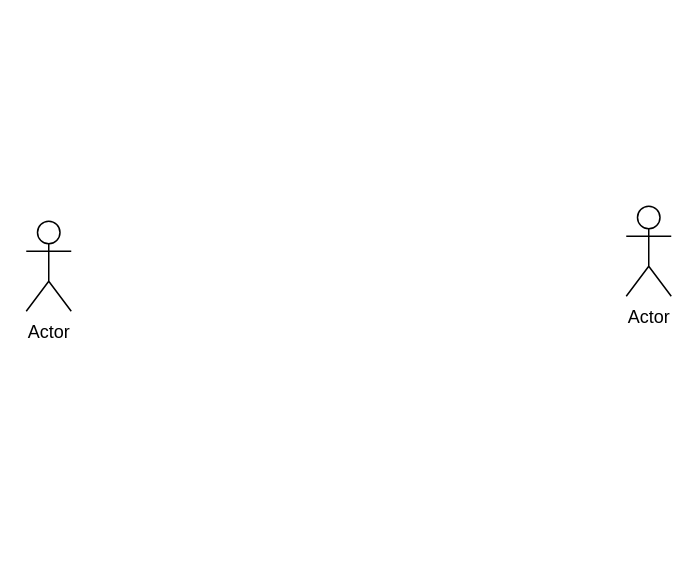
Above: licences/CasosUsoAC.drawio in Armando2423/A-autors (draw.io), before the change. Source tidied: cells renumbered, new cells numbered last; positions are measured from the earlier drawing's top-left corner, leaving out a move shared by most shapes. Both pictures are drawn from the tidied source at 150%, with x=0, y=0 at pixel (26, 206).
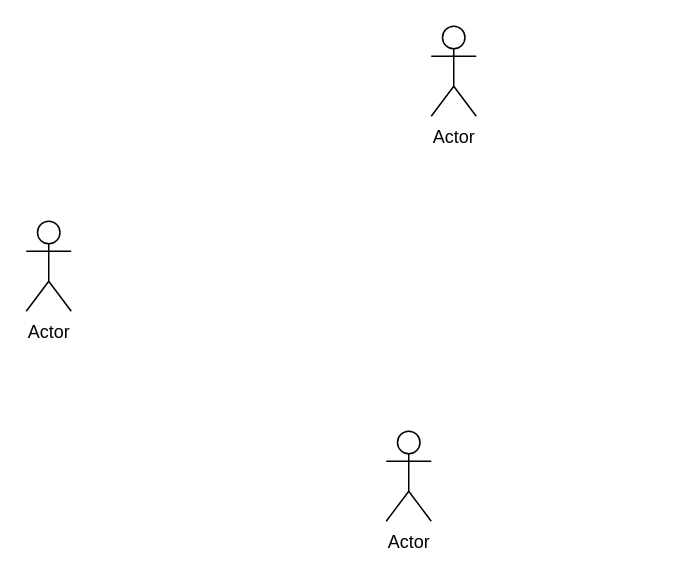
The same diagram, later.

What changed in the source:
```diff
@@
 <mxGraphModel>
   <root>
     <mxCell id="0" />
     <mxCell id="1" parent="0" />
     <mxCell id="2" value="Actor" style="shape=umlActor;verticalLabelPosition=bottom;verticalAlign=top;html=1;" parent="1" vertex="1">
-      <mxGeometry x="400" width="30" height="60" as="geometry" />
+      <mxGeometry x="270" y="-120" width="30" height="60" as="geometry" />
     </mxCell>
     <mxCell id="3" value="Actor" style="shape=umlActor;verticalLabelPosition=bottom;verticalAlign=top;html=1;" parent="1" vertex="1">
       <mxGeometry y="10" width="30" height="60" as="geometry" />
     </mxCell>
+    <mxCell id="4" value="Actor" style="shape=umlActor;verticalLabelPosition=bottom;verticalAlign=top;html=1;" parent="1" vertex="1">
+      <mxGeometry x="240" y="150" width="30" height="60" as="geometry" />
+    </mxCell>
   </root>
 </mxGraphModel>
```
